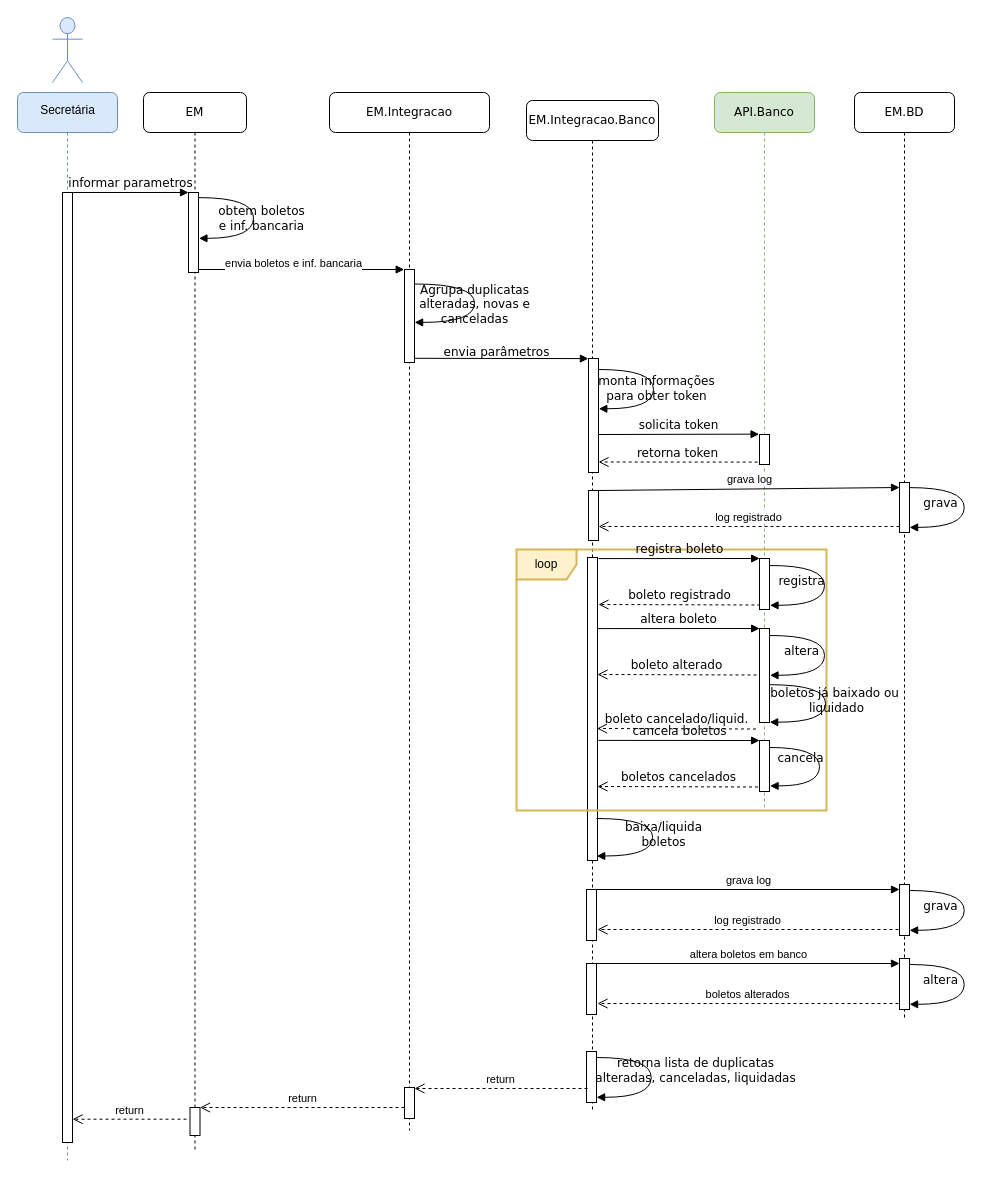
Joao-Daniel-EM/Joao-Daniel-EM keeps this draw.io diagram as RegistoBoleto.drawio. Above is the earlier version. Source tidied: cells renumbered, new cells numbered last; positions are measured from the earlier drawing's top-left corner, leaving out a move shared by most shapes. Both pictures are drawn from the tidied source at 100%, with x=0, y=0 at pixel (17, 17).
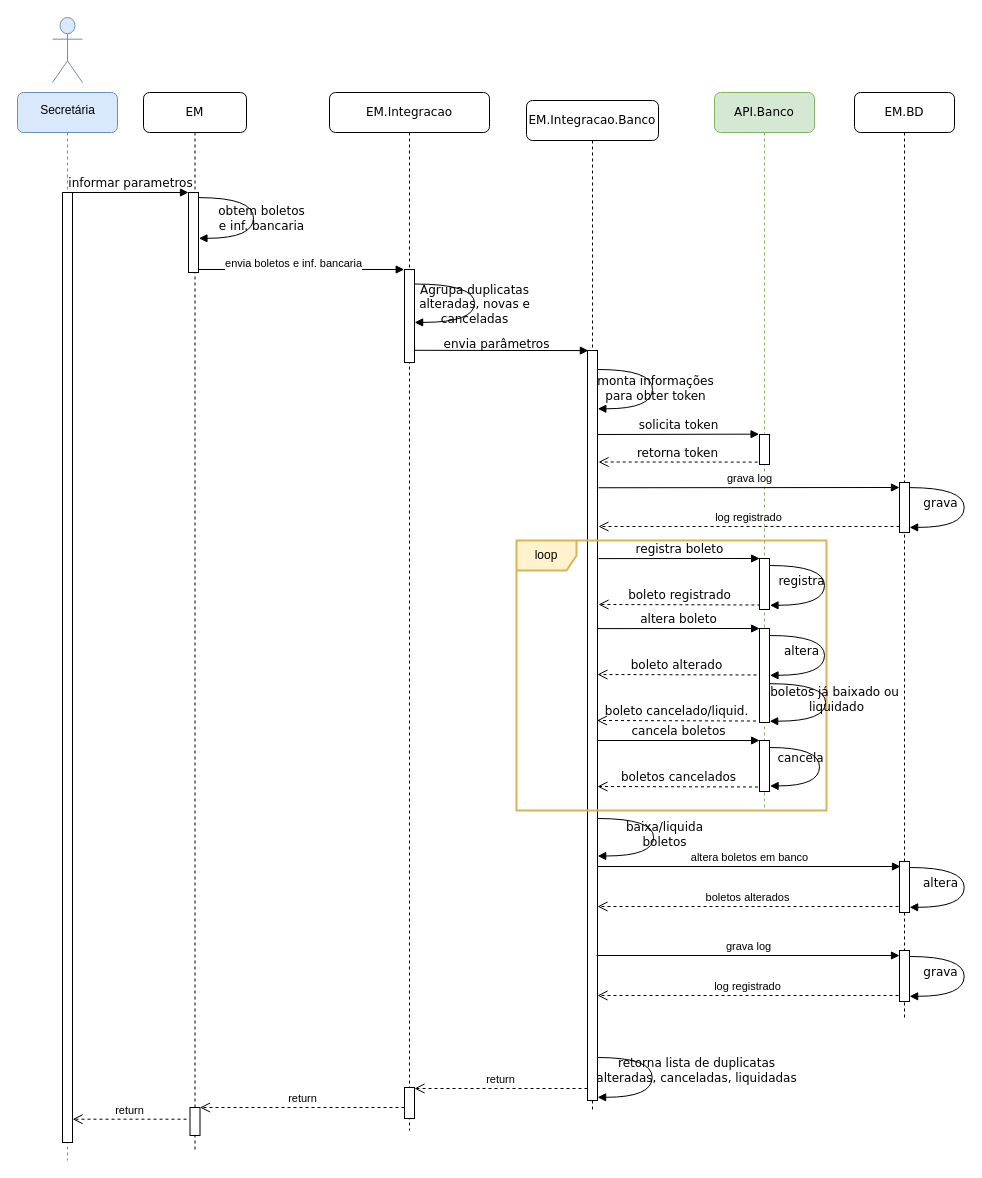
The same diagram, later.

The change refers to these unchanged cells:
```xml
<mxCell id="2" value="EM.Integracao.Banco" style="shape=umlLifeline;perimeter=lifelinePerimeter;whiteSpace=wrap;html=1;rounded=1;shadow=0;comic=0;labelBackgroundColor=none;strokeWidth=1;fontFamily=Verdana;fontSize=12;align=center;" parent="1" vertex="1">
  <mxGeometry x="509" y="83" width="132" height="1010" as="geometry" />
</mxCell>
<mxCell id="11" value="API.Banco" style="shape=umlLifeline;perimeter=lifelinePerimeter;whiteSpace=wrap;html=1;rounded=1;shadow=0;comic=0;labelBackgroundColor=none;strokeWidth=1;fontFamily=Verdana;fontSize=12;align=center;fillColor=#d5e8d4;strokeColor=#82b366;" parent="1" vertex="1">
  <mxGeometry x="697" y="75" width="100" height="718" as="geometry" />
</mxCell>
<mxCell id="27" value="EM.BD" style="shape=umlLifeline;perimeter=lifelinePerimeter;whiteSpace=wrap;html=1;rounded=1;shadow=0;comic=0;labelBackgroundColor=none;strokeWidth=1;fontFamily=Verdana;fontSize=12;align=center;" parent="1" vertex="1">
  <mxGeometry x="837" y="75" width="100" height="928" as="geometry" />
</mxCell>
<mxCell id="29" style="html=1;points=[[0,0,0,0,5],[0,1,0,0,-5],[1,0,0,0,5],[1,1,0,0,-5]];perimeter=orthogonalPerimeter;outlineConnect=0;targetShapes=umlLifeline;portConstraint=eastwest;newEdgeStyle={&quot;curved&quot;:0,&quot;rounded&quot;:0};" parent="27" vertex="1">
  <mxGeometry x="45" y="390" width="10" height="50" as="geometry" />
</mxCell>
<mxCell id="35" style="html=1;points=[];perimeter=orthogonalPerimeter;rounded=0;shadow=0;comic=0;labelBackgroundColor=none;strokeColor=#000000;strokeWidth=1;fillColor=#FFFFFF;fontFamily=Verdana;fontSize=12;fontColor=#000000;align=center;" parent="1" vertex="1">
  <mxGeometry x="742" y="417" width="10" height="30" as="geometry" />
</mxCell>
```

The edit, as a diff of the source:
```diff
@@
     <mxCell id="3" style="html=1;points=[];perimeter=orthogonalPerimeter;rounded=0;shadow=0;comic=0;labelBackgroundColor=none;strokeColor=#000000;strokeWidth=1;fillColor=#FFFFFF;fontFamily=Verdana;fontSize=12;fontColor=#000000;align=center;" parent="2" vertex="1">
-      <mxGeometry x="61" y="457" width="10" height="303" as="geometry" />
+      <mxGeometry x="61" y="250" width="10" height="750" as="geometry" />
     </mxCell>
     <mxCell id="4" value="loop" style="shape=umlFrame;whiteSpace=wrap;html=1;fillColor=#fff2cc;strokeColor=#d6b656;gradientColor=none;strokeWidth=2;" parent="2" vertex="1">
-      <mxGeometry x="-10" y="449" width="310" height="261" as="geometry" />
+      <mxGeometry x="-10" y="440" width="310" height="270" as="geometry" />
     </mxCell>
-    <mxCell id="5" style="html=1;points=[[0,0,0,0,5],[0,1,0,0,-5],[1,0,0,0,5],[1,1,0,0,-5]];perimeter=orthogonalPerimeter;outlineConnect=0;targetShapes=umlLifeline;portConstraint=eastwest;newEdgeStyle={&quot;curved&quot;:0,&quot;rounded&quot;:0};" parent="2" vertex="1">
-      <mxGeometry x="60" y="789" width="10" height="51" as="geometry" />
-    </mxCell>
-    <mxCell id="6" style="html=1;points=[[0,0,0,0,5],[0,1,0,0,-5],[1,0,0,0,5],[1,1,0,0,-5]];perimeter=orthogonalPerimeter;outlineConnect=0;targetShapes=umlLifeline;portConstraint=eastwest;newEdgeStyle={&quot;curved&quot;:0,&quot;rounded&quot;:0};" parent="2" vertex="1">
-      <mxGeometry x="62" y="390" width="10" height="50" as="geometry" />
-    </mxCell>
-    <mxCell id="7" style="html=1;perimeter=orthogonalPerimeter;targetShapes=umlLifeline;newEdgeStyle={&quot;curved&quot;:0,&quot;rounded&quot;:0};" parent="2" vertex="1">
-      <mxGeometry x="60" y="951" width="10" height="51" as="geometry" />
-    </mxCell>
     <mxCell id="8" value="retorna lista de duplicatas&lt;br&gt;alteradas, canceladas, liquidadas" style="html=1;verticalAlign=bottom;endArrow=block;labelBackgroundColor=none;fontFamily=Verdana;fontSize=12;elbow=vertical;edgeStyle=orthogonalEdgeStyle;curved=1;entryX=0.948;entryY=0.918;entryPerimeter=0;exitX=1.038;exitY=0.345;exitPerimeter=0;entryDx=0;entryDy=0;" parent="2" edge="1">
       <mxGeometry x="0.14" y="44" relative="1" as="geometry">
-        <mxPoint x="70" y="957" as="sourcePoint" />
-        <mxPoint x="70.1" y="996.8" as="targetPoint" />
+        <mxPoint x="71" y="957" as="sourcePoint" />
+        <mxPoint x="71.1" y="996.8" as="targetPoint" />
         <Array as="points">
-          <mxPoint x="124.7" y="957" />
-          <mxPoint x="124.7" y="996" />
-          <mxPoint x="69.7" y="996" />
+          <mxPoint x="125.7" y="957" />
+          <mxPoint x="125.7" y="996" />
+          <mxPoint x="70.7" y="996" />
         </Array>
       </mxGeometry>
     </mxCell>
     <mxCell id="9" value="boleto cancelado/liquid." style="html=1;verticalAlign=bottom;endArrow=open;dashed=1;endSize=8;exitX=-0.18;exitY=0.92;labelBackgroundColor=none;fontFamily=Verdana;fontSize=12;exitDx=0;exitDy=0;exitPerimeter=0;" parent="2" edge="1">
       <mxGeometry relative="1" as="geometry">
-        <mxPoint x="229.5" y="628.5" as="sourcePoint" />
-        <mxPoint x="70.5" y="628" as="targetPoint" />
+        <mxPoint x="229.5" y="620.5" as="sourcePoint" />
+        <mxPoint x="70.5" y="620" as="targetPoint" />
       </mxGeometry>
     </mxCell>
     <mxCell id="10" value="baixa/liquida&lt;br&gt;boletos" style="html=1;verticalAlign=bottom;endArrow=block;labelBackgroundColor=none;fontFamily=Verdana;fontSize=12;elbow=vertical;edgeStyle=orthogonalEdgeStyle;curved=1;exitX=0.993;exitY=0.772;exitPerimeter=0;exitDx=0;exitDy=0;entryX=1.011;entryY=0.906;entryDx=0;entryDy=0;entryPerimeter=0;" parent="2" edge="1">
       <mxGeometry x="0.19" y="11" relative="1" as="geometry">
-        <mxPoint x="70" y="718" as="sourcePoint" />
-        <mxPoint x="70.2" y="755.5" as="targetPoint" />
+        <mxPoint x="71" y="718" as="sourcePoint" />
+        <mxPoint x="71.2" y="755.5" as="targetPoint" />
         <Array as="points">
-          <mxPoint x="126.1" y="717.8" />
-          <mxPoint x="126.1" y="755.8" />
-          <mxPoint x="70.1" y="755.8" />
+          <mxPoint x="127.1" y="717.8" />
+          <mxPoint x="127.1" y="755.8" />
+          <mxPoint x="71.1" y="755.8" />
         </Array>
       </mxGeometry>
     </mxCell>
@@
     <mxCell id="15" value="boletos já baixado ou&amp;nbsp;&lt;br&gt;liquidado" style="html=1;verticalAlign=bottom;endArrow=block;labelBackgroundColor=none;fontFamily=Verdana;fontSize=12;elbow=vertical;edgeStyle=orthogonalEdgeStyle;curved=1;exitX=0.993;exitY=0.772;exitPerimeter=0;exitDx=0;exitDy=0;entryX=1.011;entryY=0.906;entryDx=0;entryDy=0;entryPerimeter=0;" parent="11" edge="1">
       <mxGeometry x="0.19" y="11" relative="1" as="geometry">
-        <mxPoint x="55" y="592.2" as="sourcePoint" />
-        <mxPoint x="55.2" y="629.7" as="targetPoint" />
+        <mxPoint x="55" y="591.2" as="sourcePoint" />
+        <mxPoint x="55.2" y="628.7" as="targetPoint" />
         <Array as="points">
-          <mxPoint x="111.1" y="592" />
-          <mxPoint x="111.1" y="630" />
-          <mxPoint x="55.1" y="630" />
+          <mxPoint x="111.1" y="591" />
+          <mxPoint x="111.1" y="629" />
+          <mxPoint x="55.1" y="629" />
         </Array>
       </mxGeometry>
     </mxCell>
@@
     <mxCell id="28" style="html=1;points=[[0,0,0,0,5],[0,1,0,0,-5],[1,0,0,0,5],[1,1,0,0,-5]];perimeter=orthogonalPerimeter;outlineConnect=0;targetShapes=umlLifeline;portConstraint=eastwest;newEdgeStyle={&quot;curved&quot;:0,&quot;rounded&quot;:0};" parent="27" vertex="1">
-      <mxGeometry x="45" y="792" width="10" height="51" as="geometry" />
+      <mxGeometry x="45" y="858" width="10" height="51" as="geometry" />
     </mxCell>
@@
-    <mxCell id="33" style="html=1;points=[];perimeter=orthogonalPerimeter;rounded=0;shadow=0;comic=0;labelBackgroundColor=none;strokeWidth=1;fontFamily=Verdana;fontSize=12;align=center;" parent="1" vertex="1">
-      <mxGeometry x="571" y="341" width="10" height="114" as="geometry" />
-    </mxCell>
     <mxCell id="34" value="envia parâmetros" style="html=1;verticalAlign=bottom;endArrow=block;labelBackgroundColor=none;fontFamily=Verdana;fontSize=12;exitX=1;exitY=0.928;exitDx=0;exitDy=0;exitPerimeter=0;entryX=-0.013;entryY=0.001;entryDx=0;entryDy=0;entryPerimeter=0;shadow=0;" parent="1" edge="1">
       <mxGeometry x="-0.06" y="-3" relative="1" as="geometry">
-        <mxPoint x="397" y="340.8" as="sourcePoint" />
-        <mxPoint x="570.9" y="341.1" as="targetPoint" />
+        <mxPoint x="397" y="332.8" as="sourcePoint" />
+        <mxPoint x="570.9" y="333.1" as="targetPoint" />
       </mxGeometry>
     </mxCell>
@@
-    <mxCell id="36" value="solicita token" style="html=1;verticalAlign=bottom;endArrow=block;entryX=-0.042;entryY=-0.012;labelBackgroundColor=none;fontFamily=Verdana;fontSize=12;entryDx=0;entryDy=0;entryPerimeter=0;" parent="1" edge="1" target="35">
-      <mxGeometry relative="1" as="geometry">
-        <mxPoint x="581" y="417" as="sourcePoint" />
-      </mxGeometry>
+    <mxCell id="36" value="solicita token" style="html=1;verticalAlign=bottom;endArrow=block;entryX=-0.042;entryY=-0.012;labelBackgroundColor=none;fontFamily=Verdana;fontSize=12;entryDx=0;entryDy=0;entryPerimeter=0;exitX=0.96;exitY=0.112;exitDx=0;exitDy=0;exitPerimeter=0;" parent="1" edge="1" source="3" target="35">
+      <mxGeometry relative="1" as="geometry" />
     </mxCell>
@@
-    <mxCell id="39" value="monta informações&lt;br&gt;para obter token" style="html=1;verticalAlign=bottom;endArrow=block;labelBackgroundColor=none;fontFamily=Verdana;fontSize=12;elbow=vertical;edgeStyle=orthogonalEdgeStyle;curved=1;entryX=1.031;entryY=0.441;entryPerimeter=0;exitX=1.038;exitY=0.345;exitPerimeter=0;entryDx=0;entryDy=0;" parent="1" edge="1" target="33">
+    <mxCell id="39" value="monta informações&lt;br&gt;para obter token" style="html=1;verticalAlign=bottom;endArrow=block;labelBackgroundColor=none;fontFamily=Verdana;fontSize=12;elbow=vertical;edgeStyle=orthogonalEdgeStyle;curved=1;entryX=1.031;entryY=0.441;entryPerimeter=0;exitX=1.038;exitY=0.345;exitPerimeter=0;entryDx=0;entryDy=0;" parent="1" edge="1">
       <mxGeometry x="0.23" y="3" relative="1" as="geometry">
-        <mxPoint x="581.3" y="352" as="sourcePoint" />
+        <mxPoint x="580.3" y="352" as="sourcePoint" />
+        <mxPoint x="580.3" y="391.3" as="targetPoint" />
         <Array as="points">
-          <mxPoint x="636" y="352" />
-          <mxPoint x="636" y="391" />
+          <mxPoint x="635" y="352" />
+          <mxPoint x="635" y="391" />
         </Array>
       </mxGeometry>
     </mxCell>
@@
-    <mxCell id="43" value="cancela boletos" style="html=1;verticalAlign=bottom;endArrow=block;entryX=0.012;entryY=-0.001;labelBackgroundColor=none;fontFamily=Verdana;fontSize=12;edgeStyle=elbowEdgeStyle;elbow=vertical;entryDx=0;entryDy=0;entryPerimeter=0;exitX=0.985;exitY=0.148;exitDx=0;exitDy=0;exitPerimeter=0;" parent="1" edge="1">
+    <mxCell id="43" value="cancela boletos" style="html=1;verticalAlign=bottom;endArrow=block;entryX=0.012;entryY=-0.001;labelBackgroundColor=none;fontFamily=Verdana;fontSize=12;edgeStyle=elbowEdgeStyle;elbow=vertical;entryDx=0;entryDy=0;entryPerimeter=0;exitX=1.014;exitY=0.52;exitDx=0;exitDy=0;exitPerimeter=0;" parent="1" edge="1" source="3">
       <mxGeometry relative="1" as="geometry">
-        <mxPoint x="580.8" y="722.9" as="sourcePoint" />
         <mxPoint x="742.1" y="722.9" as="targetPoint" />
       </mxGeometry>
     </mxCell>
@@
-    <mxCell id="47" value="grava log" style="html=1;verticalAlign=bottom;endArrow=block;curved=0;rounded=0;entryX=0;entryY=0;entryDx=0;entryDy=5;" parent="1" edge="1" source="5" target="28">
-      <mxGeometry relative="1" as="geometry" />
+    <mxCell id="47" value="grava log" style="html=1;verticalAlign=bottom;endArrow=block;curved=0;rounded=0;entryX=0;entryY=0;entryDx=0;entryDy=5;" parent="1" edge="1" target="28">
+      <mxGeometry relative="1" as="geometry">
+        <mxPoint x="579" y="938" as="sourcePoint" />
+      </mxGeometry>
     </mxCell>
     <mxCell id="48" value="log registrado" style="html=1;verticalAlign=bottom;endArrow=open;dashed=1;endSize=8;curved=0;rounded=0;exitX=0;exitY=1;exitDx=0;exitDy=-5;entryX=1;entryY=1;entryDx=0;entryDy=-5;entryPerimeter=0;" parent="1" edge="1">
       <mxGeometry relative="1" as="geometry">
-        <mxPoint x="881" y="912" as="sourcePoint" />
-        <mxPoint x="580" y="912" as="targetPoint" />
+        <mxPoint x="881" y="978" as="sourcePoint" />
+        <mxPoint x="580" y="978" as="targetPoint" />
       </mxGeometry>
     </mxCell>
-    <mxCell id="49" value="grava log" style="html=1;verticalAlign=bottom;endArrow=block;curved=0;rounded=0;entryX=0;entryY=0;entryDx=0;entryDy=5;" parent="1" edge="1" source="6" target="29">
+    <mxCell id="49" value="grava log" style="html=1;verticalAlign=bottom;endArrow=block;curved=0;rounded=0;entryX=0;entryY=0;entryDx=0;entryDy=5;exitX=1.1;exitY=0.183;exitDx=0;exitDy=0;exitPerimeter=0;" parent="1" edge="1" source="3" target="29">
       <mxGeometry relative="1" as="geometry" />
     </mxCell>
@@
     <mxCell id="51" value="grava" style="html=1;verticalAlign=bottom;endArrow=block;labelBackgroundColor=none;fontFamily=Verdana;fontSize=12;elbow=vertical;edgeStyle=orthogonalEdgeStyle;curved=1;entryX=0.948;entryY=0.918;entryPerimeter=0;exitX=1.038;exitY=0.345;exitPerimeter=0;entryDx=0;entryDy=0;" parent="1" edge="1">
       <mxGeometry x="0.58" y="-15" relative="1" as="geometry">
-        <mxPoint x="892" y="873" as="sourcePoint" />
-        <mxPoint x="892.1" y="912.8" as="targetPoint" />
+        <mxPoint x="892" y="939" as="sourcePoint" />
+        <mxPoint x="892.1" y="978.8" as="targetPoint" />
         <Array as="points">
-          <mxPoint x="946.7" y="873" />
-          <mxPoint x="946.7" y="912" />
-          <mxPoint x="891.7" y="912" />
+          <mxPoint x="946.7" y="939" />
+          <mxPoint x="946.7" y="978" />
+          <mxPoint x="891.7" y="978" />
         </Array>
       </mxGeometry>
     </mxCell>
@@
-    <mxCell id="56" style="html=1;points=[[0,0,0,0,5],[0,1,0,0,-5],[1,0,0,0,5],[1,1,0,0,-5]];perimeter=orthogonalPerimeter;outlineConnect=0;targetShapes=umlLifeline;portConstraint=eastwest;newEdgeStyle={&quot;curved&quot;:0,&quot;rounded&quot;:0};" parent="1" vertex="1">
-      <mxGeometry x="569" y="946" width="10" height="51" as="geometry" />
-    </mxCell>
     <mxCell id="57" style="html=1;points=[[0,0,0,0,5],[0,1,0,0,-5],[1,0,0,0,5],[1,1,0,0,-5]];perimeter=orthogonalPerimeter;outlineConnect=0;targetShapes=umlLifeline;portConstraint=eastwest;newEdgeStyle={&quot;curved&quot;:0,&quot;rounded&quot;:0};" parent="1" vertex="1">
-      <mxGeometry x="882" y="941" width="10" height="51" as="geometry" />
+      <mxGeometry x="882" y="844" width="10" height="51" as="geometry" />
     </mxCell>
-    <mxCell id="58" value="altera boletos em banco" style="html=1;verticalAlign=bottom;endArrow=block;curved=0;rounded=0;entryX=0;entryY=0;entryDx=0;entryDy=5;" parent="1" edge="1" source="56" target="57">
-      <mxGeometry relative="1" as="geometry" />
+    <mxCell id="58" value="altera boletos em banco" style="html=1;verticalAlign=bottom;endArrow=block;curved=0;rounded=0;entryX=0;entryY=0;entryDx=0;entryDy=5;" parent="1" edge="1">
+      <mxGeometry relative="1" as="geometry">
+        <mxPoint x="580" y="849" as="sourcePoint" />
+        <mxPoint x="883" y="849" as="targetPoint" />
+      </mxGeometry>
     </mxCell>
     <mxCell id="59" value="boletos alterados" style="html=1;verticalAlign=bottom;endArrow=open;dashed=1;endSize=8;curved=0;rounded=0;exitX=0;exitY=1;exitDx=0;exitDy=-5;entryX=1;entryY=1;entryDx=0;entryDy=-5;entryPerimeter=0;" parent="1" edge="1">
       <mxGeometry relative="1" as="geometry">
-        <mxPoint x="881" y="986" as="sourcePoint" />
-        <mxPoint x="580" y="986" as="targetPoint" />
+        <mxPoint x="881" y="889" as="sourcePoint" />
+        <mxPoint x="580" y="889" as="targetPoint" />
       </mxGeometry>
     </mxCell>
     <mxCell id="60" value="altera" style="html=1;verticalAlign=bottom;endArrow=block;labelBackgroundColor=none;fontFamily=Verdana;fontSize=12;elbow=vertical;edgeStyle=orthogonalEdgeStyle;curved=1;entryX=0.948;entryY=0.918;entryPerimeter=0;exitX=1.038;exitY=0.345;exitPerimeter=0;entryDx=0;entryDy=0;" parent="1" edge="1">
       <mxGeometry x="0.58" y="-15" relative="1" as="geometry">
-        <mxPoint x="892" y="947" as="sourcePoint" />
-        <mxPoint x="892.1" y="986.8" as="targetPoint" />
+        <mxPoint x="892" y="850" as="sourcePoint" />
+        <mxPoint x="892.1" y="889.8" as="targetPoint" />
         <Array as="points">
-          <mxPoint x="946.7" y="947" />
-          <mxPoint x="946.7" y="986" />
-          <mxPoint x="891.7" y="986" />
+          <mxPoint x="946.7" y="850" />
+          <mxPoint x="946.7" y="889" />
+          <mxPoint x="891.7" y="889" />
         </Array>
       </mxGeometry>
     </mxCell>
```
